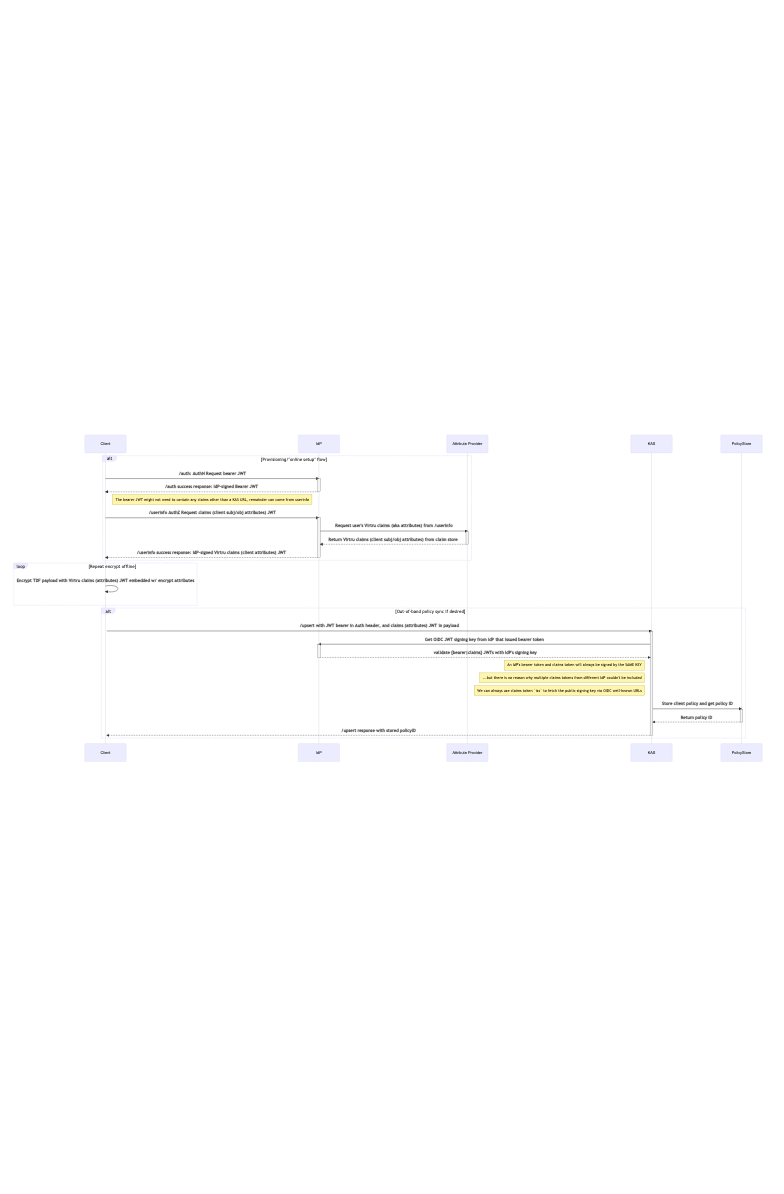
The Mermaid diagram diagrams/oidc-offline-upsert.png in opentdf/spec, before a commit. Its source is kept beside it as diagrams/oidc-offline-upsert.mmd.
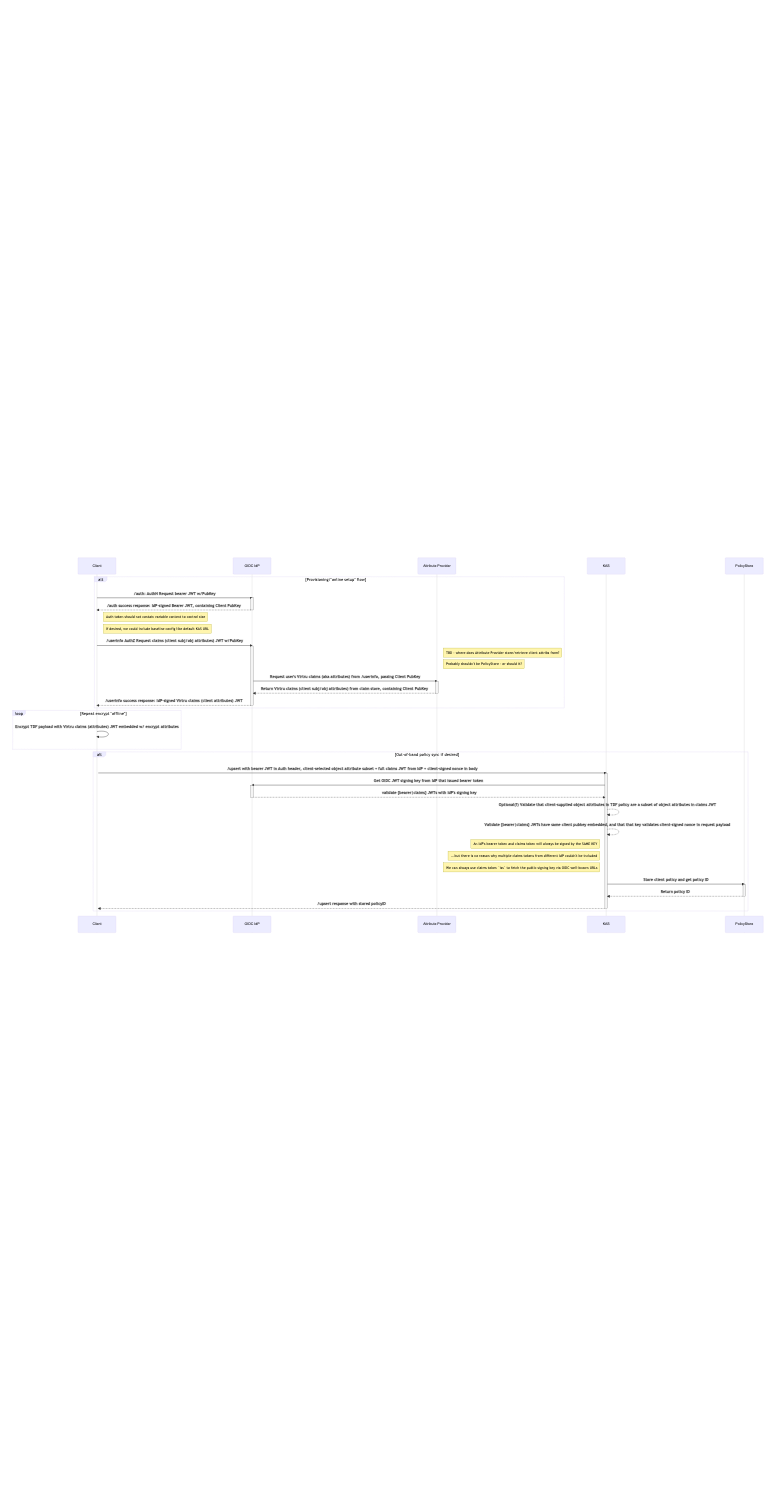
The same file after the commit.

The edit, as a diff of the source:
```diff
@@ -1,28 +1,38 @@
 sequenceDiagram
 
     participant Client
-    participant IdP
+    participant IdP as OIDC IdP
     participant Attribute Provider
     participant KAS
     participant PolicyStore
 
-   alt Provisioning/"online setup" flow
-        Client->>+IdP: /auth: AuthN Request bearer JWT
-        IdP-->>-Client: /auth success response: IdP-signed Bearer JWT
-        Note right of Client: The bearer JWT might not need to contain any claims other than a KAS URL, remainder can come from userinfo
 
-        Client->>+IdP: /userinfo AuthZ Request claims (client subj/obj attributes) JWT
-        IdP->>+Attribute Provider: Request user's Virtru claims (aka attributes) from /userinfo
-        Attribute Provider-->>-IdP: Return Virtru claims (client subj/obj attributes) from claim store
+    alt Provisioning/"online setup" flow
+
+        Client->>+IdP: /auth: AuthN Request bearer JWT w/PubKey
+        IdP-->>-Client: /auth success response: IdP-signed Bearer JWT, containing Client PubKey
+        Note right of Client: Auth token should not contain variable content to control size
+        Note right of Client: If desired, we could include baseline config like default KAS URL
+
+
+        Client->>+IdP: /userinfo AuthZ Request claims (client subj/obj attributes) JWT w/PubKey
+        Note right of Attribute Provider: TBD - where does Attribute Provider store/retrieve client attribs from?
+        Note right of Attribute Provider: Probably shouldn't be PolicyStore - or should it?
+        IdP->>+Attribute Provider: Request user's Virtru claims (aka attributes) from /userinfo, passing Client PubKey
+
+        Attribute Provider-->>-IdP: Return Virtru claims (client subj/obj attributes) from claim store, containing Client PubKey
         IdP-->>-Client: /userinfo success response: IdP-signed Virtru claims (client attributes) JWT
     end
-    loop Repeat encrypt offline
+    loop Repeat encrypt "offline"
         Client->>+Client: Encrypt TDF payload with Virtru claims (attributes) JWT embedded w/ encrypt attributes
     end
     alt Out-of-band policy sync if desired
-        Client->>+KAS: /upsert with JWT bearer in Auth header, and claims (attributes) JWT in payload
+
+        Client->>+KAS: /upsert with bearer JWT in Auth header, client-selected object attribute subset + full claims JWT from IdP + client-signed nonce in body
         KAS->>+IdP: Get OIDC JWT signing key from IdP that issued bearer token
         IdP-->>-KAS: validate {bearer|claims} JWTs with IdP's signing key
+        KAS-->>KAS: Optional(?) Validate that client-supplied object attributes in TDF policy are a subset of object attributes in claims JWT
+        KAS-->>KAS: Validate {bearer|claims} JWTs have same client pubkey embedded, and that that key validates client-signed nonce in request payload
         Note left of KAS: An IdP's bearer token and claims token will always be signed by the SAME KEY
         Note left of KAS: ...but there is no reason why multiple claims tokens from different IdP couldn't be included
         Note left of KAS: We can always use claims token `iss` to fetch the public signing key via OIDC well-known URLs
```
